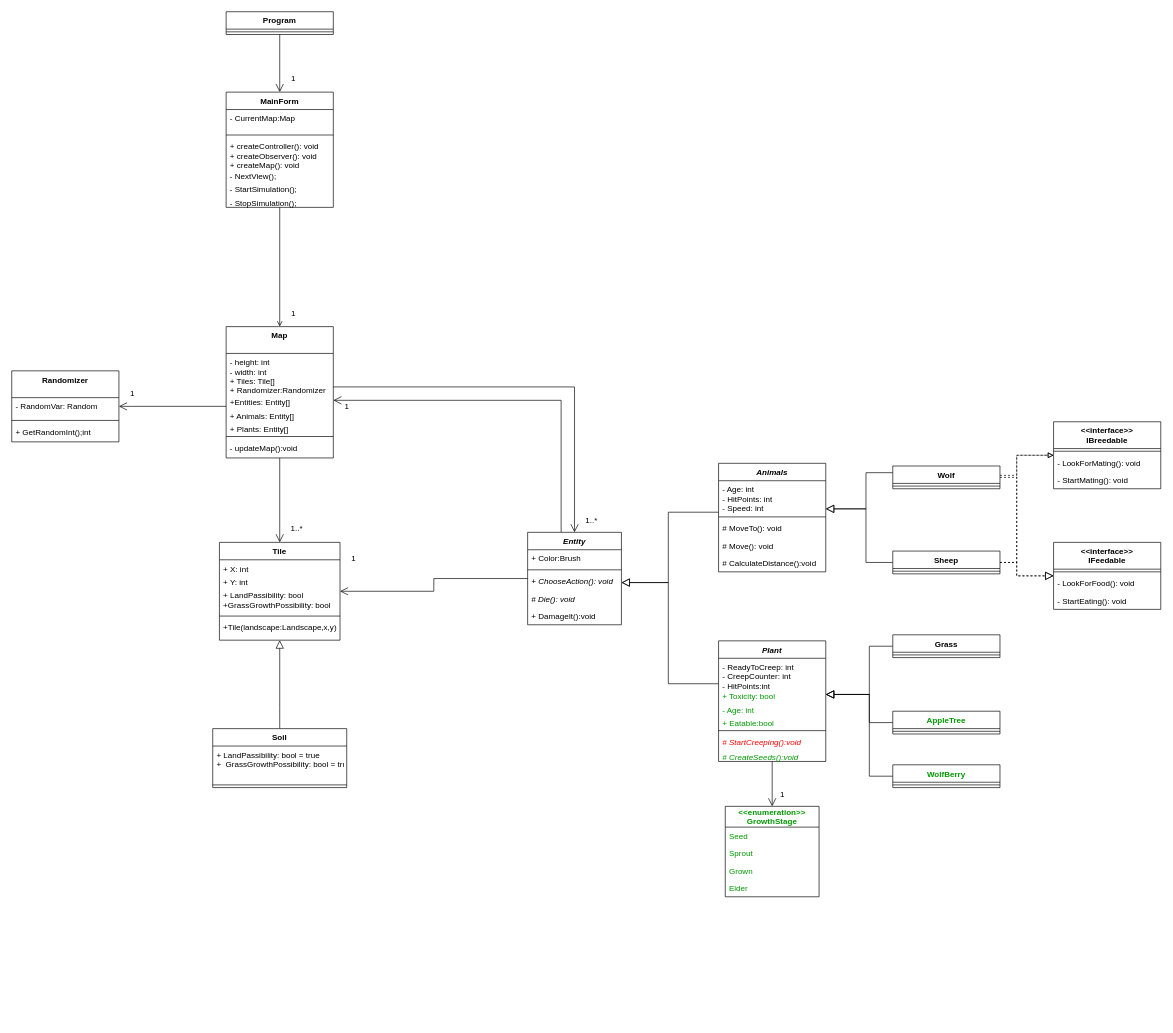
vishIGOR/SimulationOfLife-s-UML-diagram keeps this draw.io diagram as UML diagram/UML-diagram.drawio. Above is the earlier version. Source tidied: cells renumbered, new cells numbered last; positions are measured from the earlier drawing's top-left corner, leaving out a move shared by most shapes. Both pictures are drawn from the tidied source at 67%, with x=0, y=0 at pixel (11, 11).
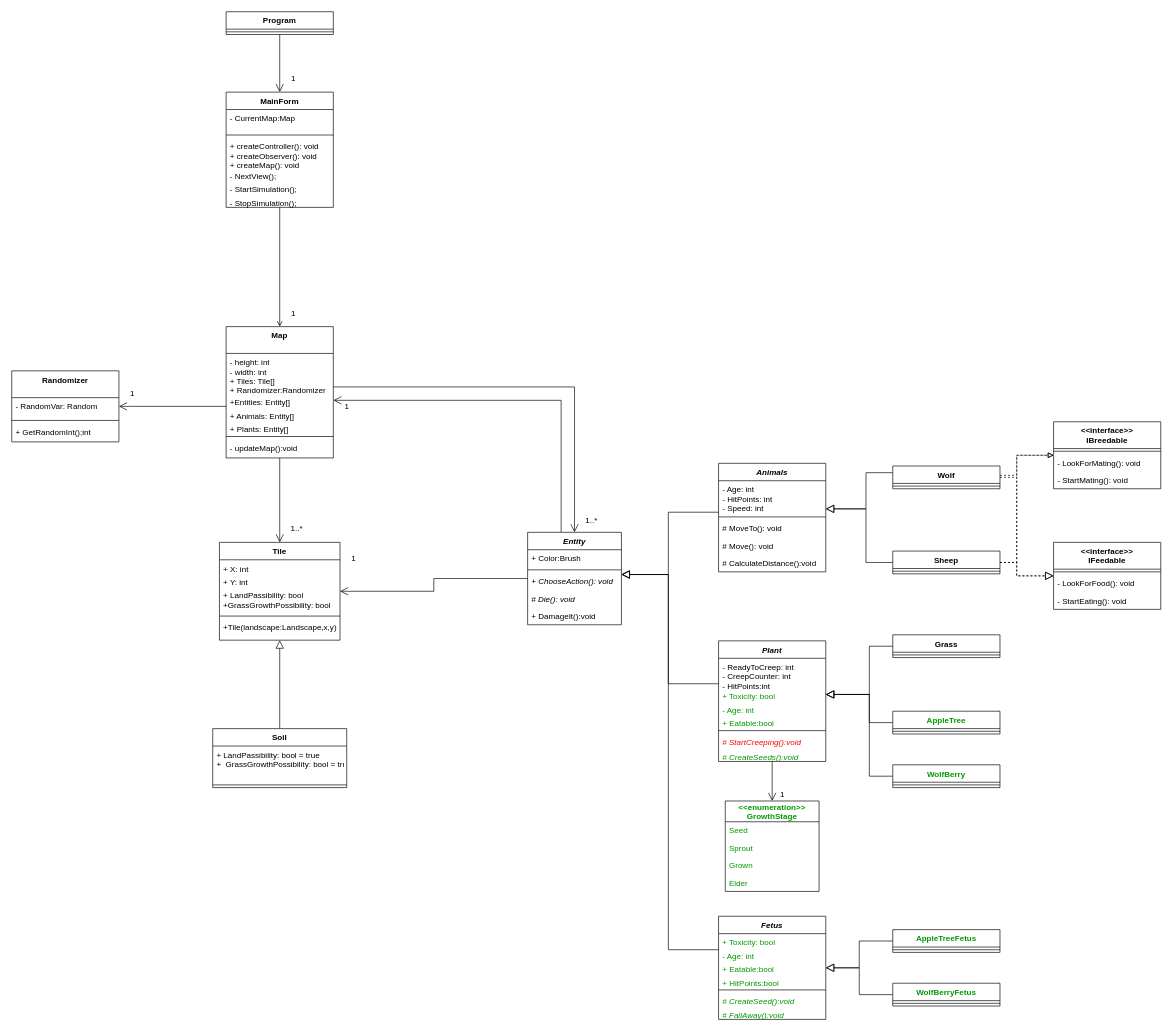
The same diagram, later.

Unchanged cells that the change refers to:
```xml
<mxCell id="24" value="Plant" style="swimlane;fontStyle=3;align=center;verticalAlign=top;horizontal=1;startSize=26;" parent="1" vertex="1">
  <mxGeometry x="1055" y="939" width="160" height="180" as="geometry" />
</mxCell>
<mxCell id="43" value="Animals" style="swimlane;fontStyle=3;align=center;verticalAlign=top;horizontal=1;startSize=26;" parent="1" vertex="1">
  <mxGeometry x="1055" y="674" width="160" height="162" as="geometry" />
</mxCell>
<mxCell id="68" value="Entity" style="swimlane;fontStyle=3;align=center;verticalAlign=top;horizontal=1;startSize=26;" parent="1" vertex="1">
  <mxGeometry x="770" y="777" width="140" height="138" as="geometry" />
</mxCell>
```

What changed in the source:
```diff
@@
     <mxCell id="22" style="edgeStyle=orthogonalEdgeStyle;rounded=0;jettySize=auto;html=1;endArrow=block;endFill=0;endSize=10;" parent="1" edge="1" source="24" target="68">
       <mxGeometry relative="1" as="geometry">
         <Array as="points">
           <mxPoint x="980" y="1003" />
-          <mxPoint x="980" y="852" />
+          <mxPoint x="980" y="840" />
         </Array>
       </mxGeometry>
     </mxCell>
@@
     <mxCell id="42" style="edgeStyle=orthogonalEdgeStyle;rounded=0;jettySize=auto;html=1;endArrow=block;endFill=0;endSize=10;" parent="1" edge="1" source="43" target="68">
       <mxGeometry relative="1" as="geometry">
         <Array as="points">
           <mxPoint x="980" y="747" />
-          <mxPoint x="980" y="852" />
+          <mxPoint x="980" y="840" />
         </Array>
       </mxGeometry>
     </mxCell>
@@
     <mxCell id="90" value="&lt;&lt;enumeration&gt;&gt;&#10;GrowthStage" style="swimlane;fontStyle=1;horizontal=1;startSize=31;fillColor=none;fontColor=#009900;" parent="1" vertex="1">
-      <mxGeometry x="1065" y="1186" width="140" height="135" as="geometry" />
+      <mxGeometry x="1065" y="1178" width="140" height="135" as="geometry" />
     </mxCell>
@@
+    <mxCell id="102" style="edgeStyle=orthogonalEdgeStyle;rounded=0;jettySize=auto;html=1;endSize=10;endArrow=block;endFill=0;" parent="1" edge="1" source="103" target="68">
+      <mxGeometry relative="1" as="geometry">
+        <Array as="points">
+          <mxPoint x="980" y="1400" />
+          <mxPoint x="980" y="840" />
+        </Array>
+      </mxGeometry>
+    </mxCell>
+    <mxCell id="103" value="Fetus" style="swimlane;fontStyle=3;align=center;verticalAlign=top;horizontal=1;startSize=26;" parent="1" vertex="1">
+      <mxGeometry x="1055" y="1350" width="160" height="154" as="geometry" />
+    </mxCell>
+    <mxCell id="104" value="+ Toxicity: bool" style="text;strokeColor=none;fillColor=none;align=left;verticalAlign=top;spacingLeft=4;spacingRight=4;overflow=hidden;fontStyle=0;fontColor=#009900;" parent="103" vertex="1">
+      <mxGeometry y="26" width="160" height="20" as="geometry" />
+    </mxCell>
+    <mxCell id="105" value="- Age: int" style="text;strokeColor=none;fillColor=none;align=left;verticalAlign=top;spacingLeft=4;spacingRight=4;overflow=hidden;fontStyle=0;fontColor=#009900;" parent="103" vertex="1">
+      <mxGeometry y="46" width="160" height="20" as="geometry" />
+    </mxCell>
+    <mxCell id="106" value="+ Eatable:bool" style="text;strokeColor=none;fillColor=none;align=left;verticalAlign=top;spacingLeft=4;spacingRight=4;overflow=hidden;fontStyle=0;fontColor=#009900;" parent="103" vertex="1">
+      <mxGeometry y="66" width="160" height="20" as="geometry" />
+    </mxCell>
+    <mxCell id="107" value="+ HitPoints:bool" style="text;strokeColor=none;fillColor=none;align=left;verticalAlign=top;spacingLeft=4;spacingRight=4;overflow=hidden;fontStyle=0;fontColor=#009900;" parent="103" vertex="1">
+      <mxGeometry y="86" width="160" height="20" as="geometry" />
+    </mxCell>
+    <mxCell id="108" style="line;strokeWidth=1;fillColor=none;align=left;verticalAlign=middle;spacingTop=-1;spacingLeft=3;spacingRight=3;labelPosition=right;" parent="103" vertex="1">
+      <mxGeometry y="106" width="160" height="8" as="geometry" />
+    </mxCell>
+    <mxCell id="109" value="# CreateSeed():void" style="text;strokeColor=none;fillColor=none;align=left;verticalAlign=top;spacingLeft=4;spacingRight=4;overflow=hidden;fontStyle=2;fontColor=#009900;" parent="103" vertex="1">
+      <mxGeometry y="114" width="160" height="20" as="geometry" />
+    </mxCell>
+    <mxCell id="110" value="# FallAway():void" style="text;strokeColor=none;fillColor=none;align=left;verticalAlign=top;spacingLeft=4;spacingRight=4;overflow=hidden;fontStyle=2;fontColor=#009900;" parent="103" vertex="1">
+      <mxGeometry y="134" width="160" height="20" as="geometry" />
+    </mxCell>
+    <mxCell id="111" style="edgeStyle=orthogonalEdgeStyle;rounded=0;jettySize=auto;html=1;endArrow=block;endFill=0;endSize=10;" parent="1" edge="1" source="112" target="103">
+      <mxGeometry relative="1" as="geometry" />
+    </mxCell>
+    <mxCell id="112" value="AppleTreeFetus" style="swimlane;fontStyle=1;align=center;verticalAlign=top;horizontal=1;startSize=26;fontColor=#009900;" parent="1" vertex="1">
+      <mxGeometry x="1315" y="1370" width="160" height="34" as="geometry" />
+    </mxCell>
+    <mxCell id="113" style="line;strokeWidth=1;fillColor=none;align=left;verticalAlign=middle;spacingTop=-1;spacingLeft=3;spacingRight=3;labelPosition=right;" parent="112" vertex="1">
+      <mxGeometry y="26" width="160" height="8" as="geometry" />
+    </mxCell>
+    <mxCell id="114" style="edgeStyle=orthogonalEdgeStyle;rounded=0;jettySize=auto;html=1;endArrow=block;endFill=0;endSize=10;" parent="1" edge="1" source="115" target="103">
+      <mxGeometry relative="1" as="geometry" />
+    </mxCell>
+    <mxCell id="115" value="WolfBerryFetus" style="swimlane;fontStyle=1;align=center;verticalAlign=top;horizontal=1;startSize=26;fontColor=#009900;" parent="1" vertex="1">
+      <mxGeometry x="1315" y="1450" width="160" height="34" as="geometry" />
+    </mxCell>
+    <mxCell id="116" style="line;strokeWidth=1;fillColor=none;align=left;verticalAlign=middle;spacingTop=-1;spacingLeft=3;spacingRight=3;labelPosition=right;" parent="115" vertex="1">
+      <mxGeometry y="26" width="160" height="8" as="geometry" />
+    </mxCell>
```
